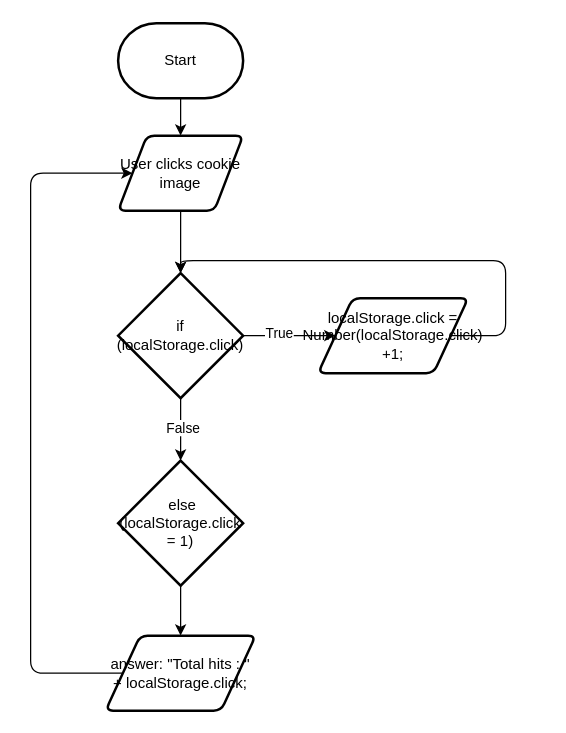
Before: design/flowchart.drawio in joannesanthosh/ICS20-Unit-6-02-Cookie, a draw.io diagram. Source tidied: cells renumbered, new cells numbered last; positions are measured from the earlier drawing's top-left corner, leaving out a move shared by most shapes. Both pictures are drawn from the tidied source at 125%, with x=0, y=0 at pixel (30, 22).
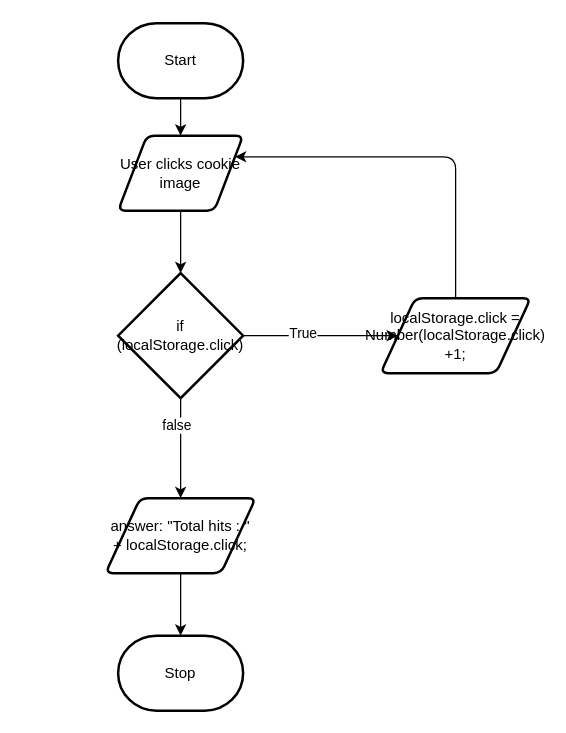
After the change.

Unchanged cells that the change refers to:
```xml
<mxCell id="5" value="User clicks cookie image" style="shape=parallelogram;html=1;strokeWidth=2;perimeter=parallelogramPerimeter;whiteSpace=wrap;rounded=1;arcSize=12;size=0.23;" parent="1" vertex="1">
  <mxGeometry x="70" y="90" width="100" height="60" as="geometry" />
</mxCell>
<mxCell id="10" value="if (localStorage.click)" style="strokeWidth=2;html=1;shape=mxgraph.flowchart.decision;whiteSpace=wrap;" parent="1" vertex="1">
  <mxGeometry x="70" y="200" width="100" height="100" as="geometry" />
</mxCell>
```

Change to the diagram source:
```diff
@@
-    <mxCell id="6" style="edgeStyle=none;html=1;exitX=0.5;exitY=1;exitDx=0;exitDy=0;exitPerimeter=0;" parent="1" edge="1" source="10" target="12">
-      <mxGeometry relative="1" as="geometry" />
-    </mxCell>
-    <mxCell id="7" value="False" style="edgeLabel;html=1;align=center;verticalAlign=middle;" parent="6" vertex="1">
-      <mxGeometry x="-0.1" y="1" relative="1" as="geometry" />
-    </mxCell>
@@
+    <mxCell id="17" style="edgeStyle=none;html=1;exitX=0.5;exitY=1;exitDx=0;exitDy=0;exitPerimeter=0;entryX=0.5;entryY=0;entryDx=0;entryDy=0;" parent="1" edge="1" source="10" target="16">
+      <mxGeometry relative="1" as="geometry" />
+    </mxCell>
+    <mxCell id="18" value="false" style="edgeLabel;html=1;align=center;verticalAlign=middle;" parent="17" vertex="1">
+      <mxGeometry x="-0.47" y="-4" relative="1" as="geometry" />
+    </mxCell>
@@
-    <mxCell id="11" style="edgeStyle=orthogonalEdgeStyle;html=1;exitX=0.5;exitY=1;exitDx=0;exitDy=0;exitPerimeter=0;" parent="1" edge="1" source="12" target="16">
-      <mxGeometry relative="1" as="geometry" />
-    </mxCell>
-    <mxCell id="12" value="&amp;nbsp;else (localStorage.click = 1)" style="strokeWidth=2;html=1;shape=mxgraph.flowchart.decision;whiteSpace=wrap;" parent="1" vertex="1">
-      <mxGeometry x="70" y="350" width="100" height="100" as="geometry" />
-    </mxCell>
-    <mxCell id="13" style="edgeStyle=orthogonalEdgeStyle;html=1;exitX=1;exitY=0.5;exitDx=0;exitDy=0;entryX=0.5;entryY=0;entryDx=0;entryDy=0;entryPerimeter=0;" parent="1" edge="1" source="14" target="10">
-      <mxGeometry relative="1" as="geometry">
-        <Array as="points">
-          <mxPoint x="380" y="250" />
-          <mxPoint x="380" y="190" />
-          <mxPoint x="120" y="190" />
-        </Array>
-      </mxGeometry>
-    </mxCell>
+    <mxCell id="19" style="edgeStyle=orthogonalEdgeStyle;html=1;exitX=0.5;exitY=0;exitDx=0;exitDy=0;entryX=1;entryY=0.25;entryDx=0;entryDy=0;" parent="1" edge="1" source="14" target="5">
+      <mxGeometry relative="1" as="geometry">
+        <Array as="points">
+          <mxPoint x="340" y="107" />
+        </Array>
+      </mxGeometry>
+    </mxCell>
     <mxCell id="14" value="localStorage.click = Number(localStorage.click) +1;" style="shape=parallelogram;html=1;strokeWidth=2;perimeter=parallelogramPerimeter;whiteSpace=wrap;rounded=1;arcSize=12;size=0.23;" parent="1" vertex="1">
-      <mxGeometry x="230" y="220" width="120" height="60" as="geometry" />
+      <mxGeometry x="280" y="220" width="120" height="60" as="geometry" />
     </mxCell>
-    <mxCell id="15" style="edgeStyle=orthogonalEdgeStyle;html=1;exitX=0;exitY=0.5;exitDx=0;exitDy=0;" parent="1" edge="1" source="16" target="5">
-      <mxGeometry relative="1" as="geometry">
-        <Array as="points">
-          <mxPoint y="520" />
-          <mxPoint y="120" />
-        </Array>
-      </mxGeometry>
-    </mxCell>
+    <mxCell id="20" style="edgeStyle=orthogonalEdgeStyle;html=1;exitX=0.5;exitY=1;exitDx=0;exitDy=0;" parent="1" edge="1" source="16" target="21">
+      <mxGeometry relative="1" as="geometry" />
+    </mxCell>
     <mxCell id="16" value="answer:&amp;nbsp;&quot;Total hits : &quot; + localStorage.click;" style="shape=parallelogram;html=1;strokeWidth=2;perimeter=parallelogramPerimeter;whiteSpace=wrap;rounded=1;arcSize=12;size=0.23;" parent="1" vertex="1">
-      <mxGeometry x="60" y="490" width="120" height="60" as="geometry" />
+      <mxGeometry x="60" y="380" width="120" height="60" as="geometry" />
     </mxCell>
+    <mxCell id="21" value="Stop" style="strokeWidth=2;html=1;shape=mxgraph.flowchart.terminator;whiteSpace=wrap;" parent="1" vertex="1">
+      <mxGeometry x="70" y="490" width="100" height="60" as="geometry" />
+    </mxCell>
```
